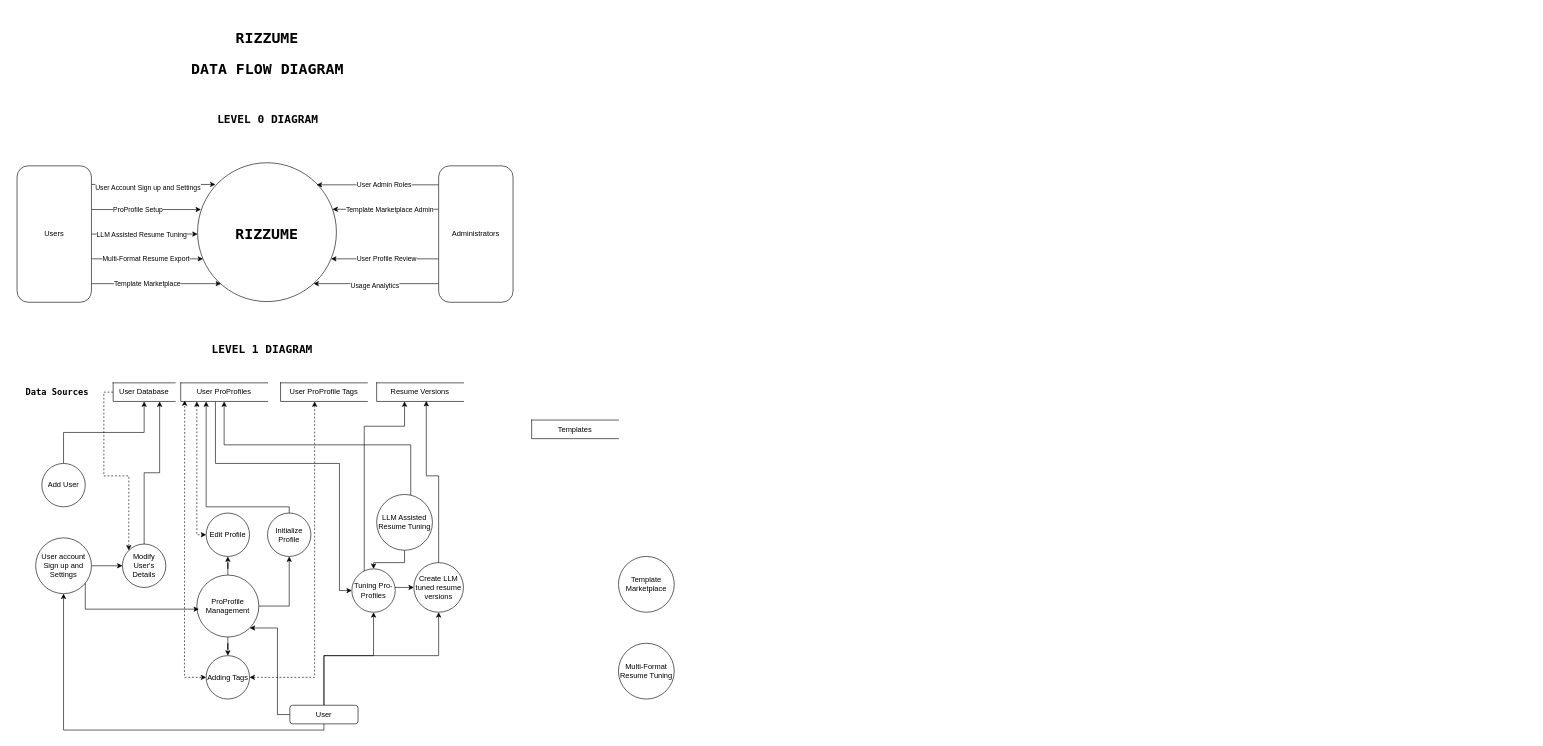
Above: Data_Flow_Diagram.drawio in wereign/rizzume_base (draw.io), before the change. Source tidied: cells renumbered, new cells numbered last; positions are measured from the earlier drawing's top-left corner, leaving out a move shared by most shapes. Both pictures are drawn from the tidied source at 62%, with x=0, y=0 at pixel (11, 29).
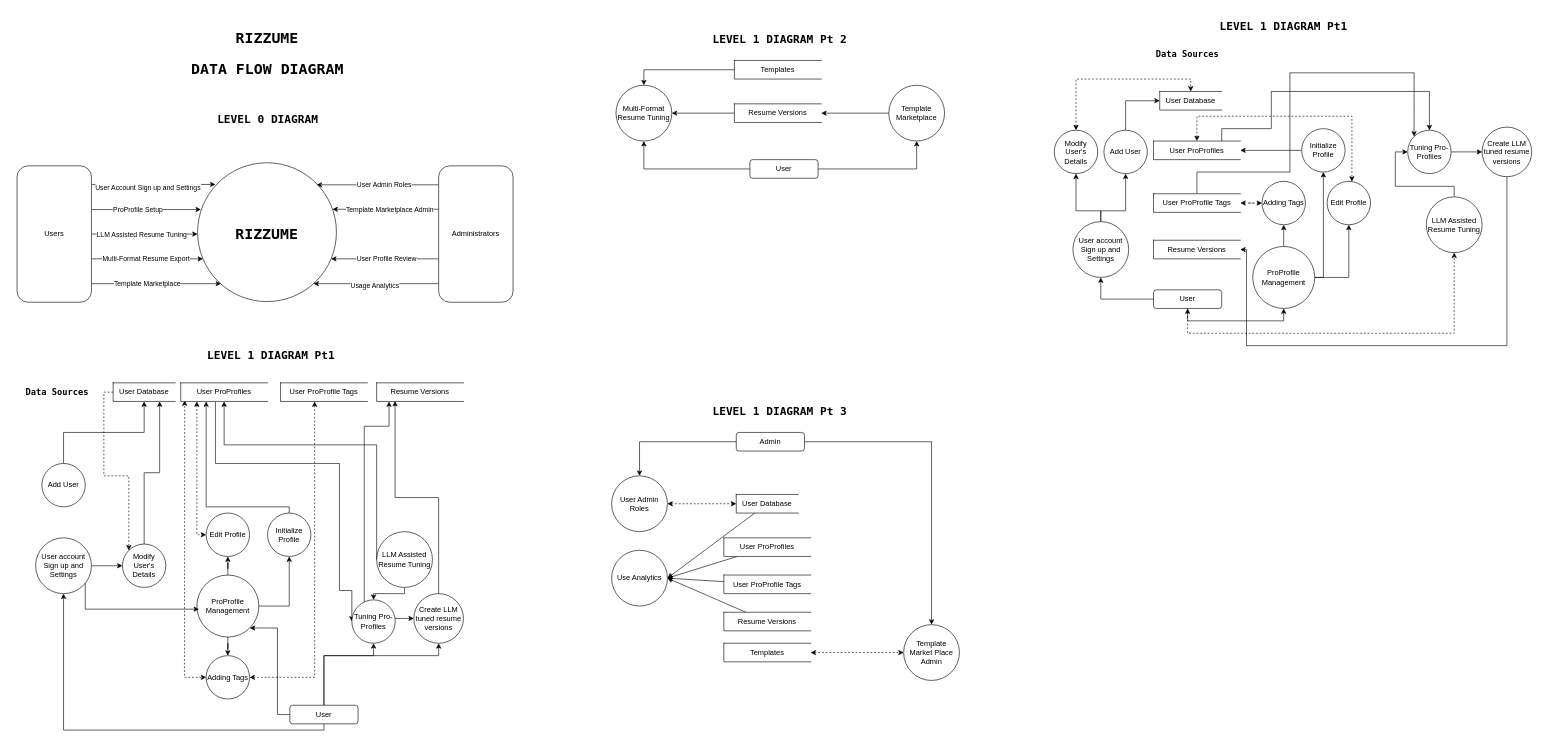
Above is the later version.

The change refers to these unchanged cells:
```xml
<mxCell id="34" value="User ProProfiles" style="html=1;dashed=0;whiteSpace=wrap;shape=partialRectangle;right=0;" parent="1" vertex="1">
  <mxGeometry x="274" y="570" width="140" height="30" as="geometry" />
</mxCell>
<mxCell id="35" value="Resume Versions" style="html=1;dashed=0;whiteSpace=wrap;shape=partialRectangle;right=0;" parent="1" vertex="1">
  <mxGeometry x="590" y="570" width="140" height="30" as="geometry" />
</mxCell>
```

Diff of the diagram source:
```diff
@@
-    <mxCell id="28" value="&lt;h2&gt;LEVEL 1 DIAGRAM&lt;/h2&gt;" style="text;html=1;align=center;verticalAlign=middle;whiteSpace=wrap;rounded=0;fontFamily=Lucida Console;" parent="1" vertex="1">
-      <mxGeometry x="300" y="500" width="211" height="30" as="geometry" />
+    <mxCell id="28" value="&lt;h2&gt;LEVEL 1 DIAGRAM Pt1&lt;/h2&gt;" style="text;html=1;align=center;verticalAlign=middle;whiteSpace=wrap;rounded=0;fontFamily=Lucida Console;" parent="1" vertex="1">
+      <mxGeometry x="300" y="510" width="240" height="30" as="geometry" />
     </mxCell>
@@
+    <mxCell id="70" style="edgeStyle=orthogonalEdgeStyle;rounded=0;jettySize=auto;html=1;entryX=0.5;entryY=0;entryDx=0;entryDy=0;" parent="1" edge="1" source="36" target="46">
+      <mxGeometry relative="1" as="geometry" />
+    </mxCell>
     <mxCell id="36" value="Templates" style="html=1;dashed=0;whiteSpace=wrap;shape=partialRectangle;right=0;" parent="1" vertex="1">
-      <mxGeometry x="840" y="630" width="140" height="30" as="geometry" />
+      <mxGeometry x="1167" y="50" width="140" height="30" as="geometry" />
     </mxCell>
@@
     <mxCell id="44" style="edgeStyle=orthogonalEdgeStyle;rounded=0;jettySize=auto;html=1;" parent="1" edge="1" source="45" target="65">
       <mxGeometry relative="1" as="geometry">
         <Array as="points">
-          <mxPoint x="635" y="860" />
-          <mxPoint x="585" y="860" />
+          <mxPoint x="635" y="910" />
+          <mxPoint x="585" y="910" />
         </Array>
       </mxGeometry>
     </mxCell>
     <mxCell id="45" value="LLM Assisted Resume Tuning" style="ellipse;whiteSpace=wrap;html=1;" parent="1" vertex="1">
-      <mxGeometry x="590" y="750" width="90" height="90" as="geometry" />
+      <mxGeometry x="590" y="810" width="90" height="90" as="geometry" />
     </mxCell>
     <mxCell id="46" value="Multi-Format Resume Tuning" style="ellipse;whiteSpace=wrap;html=1;" parent="1" vertex="1">
-      <mxGeometry x="980" y="990" width="90" height="90" as="geometry" />
+      <mxGeometry x="976" y="90" width="90" height="90" as="geometry" />
     </mxCell>
     <mxCell id="47" value="Template Marketplace" style="ellipse;whiteSpace=wrap;html=1;" parent="1" vertex="1">
-      <mxGeometry x="980" y="850" width="90" height="90" as="geometry" />
+      <mxGeometry x="1416" y="90" width="90" height="90" as="geometry" />
     </mxCell>
@@
     <mxCell id="63" style="edgeStyle=orthogonalEdgeStyle;rounded=0;jettySize=auto;html=1;" parent="1" edge="1" source="65">
       <mxGeometry relative="1" as="geometry">
-        <mxPoint x="635" y="600" as="targetPoint" />
+        <mxPoint x="610" y="600" as="targetPoint" />
         <Array as="points">
           <mxPoint x="570" y="640" />
-          <mxPoint x="635" y="640" />
+          <mxPoint x="610" y="640" />
+          <mxPoint x="610" y="600" />
         </Array>
       </mxGeometry>
     </mxCell>
     <mxCell id="64" style="edgeStyle=orthogonalEdgeStyle;rounded=0;jettySize=auto;html=1;entryX=0;entryY=0.5;entryDx=0;entryDy=0;" parent="1" edge="1" source="65" target="67">
       <mxGeometry relative="1" as="geometry">
         <Array as="points">
-          <mxPoint x="630" y="900" />
-          <mxPoint x="630" y="900" />
+          <mxPoint x="630" y="950" />
+          <mxPoint x="630" y="950" />
         </Array>
       </mxGeometry>
     </mxCell>
     <mxCell id="65" value="Tuning Pro-Profiles" style="ellipse;whiteSpace=wrap;html=1;" parent="1" vertex="1">
-      <mxGeometry x="550" y="870" width="70" height="70" as="geometry" />
+      <mxGeometry x="550" y="920" width="70" height="70" as="geometry" />
     </mxCell>
-    <mxCell id="66" style="edgeStyle=orthogonalEdgeStyle;rounded=0;jettySize=auto;html=1;entryX=0.572;entryY=0.976;entryDx=0;entryDy=0;entryPerimeter=0;" parent="1" edge="1" source="67" target="35">
-      <mxGeometry relative="1" as="geometry">
-        <Array as="points">
-          <mxPoint x="690" y="720" />
-          <mxPoint x="670" y="720" />
-        </Array>
-      </mxGeometry>
-    </mxCell>
     <mxCell id="67" value="Create LLM tuned resume versions" style="ellipse;whiteSpace=wrap;html=1;" parent="1" vertex="1">
-      <mxGeometry x="650" y="860" width="80" height="80" as="geometry" />
+      <mxGeometry x="650" y="910" width="80" height="80" as="geometry" />
     </mxCell>
     <mxCell id="68" style="edgeStyle=orthogonalEdgeStyle;rounded=0;jettySize=auto;html=1;entryX=0.5;entryY=1;entryDx=0;entryDy=0;" parent="1" edge="1" source="45" target="34">
       <mxGeometry relative="1" as="geometry">
         <Array as="points">
-          <mxPoint x="645" y="670" />
+          <mxPoint x="590" y="670" />
           <mxPoint x="344" y="670" />
         </Array>
       </mxGeometry>
     </mxCell>
@@
+    <mxCell id="66" style="edgeStyle=orthogonalEdgeStyle;rounded=0;jettySize=auto;html=1;entryX=0.212;entryY=0.976;entryDx=0;entryDy=0;entryPerimeter=0;" parent="1" edge="1" source="67" target="35">
+      <mxGeometry relative="1" as="geometry" />
+    </mxCell>
+    <mxCell id="71" style="edgeStyle=orthogonalEdgeStyle;rounded=0;jettySize=auto;html=1;exitX=0;exitY=0.5;exitDx=0;exitDy=0;" parent="1" edge="1" source="72" target="46">
+      <mxGeometry relative="1" as="geometry" />
+    </mxCell>
+    <mxCell id="72" value="Resume Versions" style="html=1;dashed=0;whiteSpace=wrap;shape=partialRectangle;right=0;" parent="1" vertex="1">
+      <mxGeometry x="1167" y="120" width="140" height="30" as="geometry" />
+    </mxCell>
+    <mxCell id="73" style="edgeStyle=orthogonalEdgeStyle;rounded=0;jettySize=auto;html=1;entryX=0.5;entryY=1;entryDx=0;entryDy=0;" parent="1" edge="1" source="75" target="47">
+      <mxGeometry relative="1" as="geometry" />
+    </mxCell>
+    <mxCell id="74" style="edgeStyle=orthogonalEdgeStyle;rounded=0;jettySize=auto;html=1;" parent="1" edge="1" source="75" target="46">
+      <mxGeometry relative="1" as="geometry" />
+    </mxCell>
+    <mxCell id="75" value="User" style="rounded=1;whiteSpace=wrap;html=1;" parent="1" vertex="1">
+      <mxGeometry x="1192" y="210" width="110" height="30" as="geometry" />
+    </mxCell>
+    <mxCell id="76" style="edgeStyle=orthogonalEdgeStyle;rounded=0;jettySize=auto;html=1;entryX=1;entryY=0.5;entryDx=0;entryDy=0;" parent="1" edge="1" source="47" target="72">
+      <mxGeometry relative="1" as="geometry" />
+    </mxCell>
+    <mxCell id="77" style="edgeStyle=orthogonalEdgeStyle;rounded=0;jettySize=auto;html=1;entryX=0.5;entryY=0;entryDx=0;entryDy=0;" parent="1" edge="1" source="79" target="89">
+      <mxGeometry relative="1" as="geometry" />
+    </mxCell>
+    <mxCell id="78" style="edgeStyle=orthogonalEdgeStyle;rounded=0;jettySize=auto;html=1;entryX=0.5;entryY=0;entryDx=0;entryDy=0;" parent="1" edge="1" source="79" target="90">
+      <mxGeometry relative="1" as="geometry" />
+    </mxCell>
+    <mxCell id="79" value="Admin" style="rounded=1;whiteSpace=wrap;html=1;" parent="1" vertex="1">
+      <mxGeometry x="1170" y="650" width="110" height="30" as="geometry" />
+    </mxCell>
+    <mxCell id="80" style="rounded=0;jettySize=auto;html=1;entryX=1;entryY=0.5;entryDx=0;entryDy=0;" parent="1" edge="1" source="81" target="91">
+      <mxGeometry relative="1" as="geometry" />
+    </mxCell>
+    <mxCell id="81" value="User Database" style="html=1;dashed=0;whiteSpace=wrap;shape=partialRectangle;right=0;" parent="1" vertex="1">
+      <mxGeometry x="1170" y="750" width="100" height="30" as="geometry" />
+    </mxCell>
+    <mxCell id="82" style="rounded=0;jettySize=auto;html=1;entryX=1;entryY=0.5;entryDx=0;entryDy=0;" parent="1" edge="1" source="83" target="91">
+      <mxGeometry relative="1" as="geometry" />
+    </mxCell>
+    <mxCell id="83" value="User ProProfiles" style="html=1;dashed=0;whiteSpace=wrap;shape=partialRectangle;right=0;" parent="1" vertex="1">
+      <mxGeometry x="1150" y="820" width="140" height="30" as="geometry" />
+    </mxCell>
+    <mxCell id="84" style="rounded=0;jettySize=auto;html=1;entryX=1;entryY=0.5;entryDx=0;entryDy=0;" parent="1" edge="1" source="85" target="91">
+      <mxGeometry relative="1" as="geometry" />
+    </mxCell>
+    <mxCell id="85" value="Resume Versions" style="html=1;dashed=0;whiteSpace=wrap;shape=partialRectangle;right=0;" parent="1" vertex="1">
+      <mxGeometry x="1150" y="940" width="140" height="30" as="geometry" />
+    </mxCell>
+    <mxCell id="86" style="rounded=0;jettySize=auto;html=1;entryX=1;entryY=0.5;entryDx=0;entryDy=0;" parent="1" edge="1" source="87" target="91">
+      <mxGeometry relative="1" as="geometry" />
+    </mxCell>
+    <mxCell id="87" value="User ProProfile Tags" style="html=1;dashed=0;whiteSpace=wrap;shape=partialRectangle;right=0;" parent="1" vertex="1">
+      <mxGeometry x="1150" y="880" width="140" height="30" as="geometry" />
+    </mxCell>
+    <mxCell id="88" style="edgeStyle=orthogonalEdgeStyle;rounded=0;jettySize=auto;html=1;entryX=0;entryY=0.5;entryDx=0;entryDy=0;startArrow=classic;startFill=1;dashed=1;" parent="1" edge="1" source="89" target="81">
+      <mxGeometry relative="1" as="geometry" />
+    </mxCell>
+    <mxCell id="89" value="User Admin Roles" style="ellipse;whiteSpace=wrap;html=1;" parent="1" vertex="1">
+      <mxGeometry x="969" y="720" width="90" height="90" as="geometry" />
+    </mxCell>
+    <mxCell id="90" value="Template Market Place Admin" style="ellipse;whiteSpace=wrap;html=1;" parent="1" vertex="1">
+      <mxGeometry x="1440" y="960" width="90" height="90" as="geometry" />
+    </mxCell>
+    <mxCell id="91" value="Use Analytics" style="ellipse;whiteSpace=wrap;html=1;" parent="1" vertex="1">
+      <mxGeometry x="969" y="840" width="90" height="90" as="geometry" />
+    </mxCell>
+    <mxCell id="92" value="&lt;h2&gt;LEVEL 1 DIAGRAM Pt 2&lt;/h2&gt;" style="text;html=1;align=center;verticalAlign=middle;whiteSpace=wrap;rounded=0;fontFamily=Lucida Console;" parent="1" vertex="1">
+      <mxGeometry x="1108" width="265" height="30" as="geometry" />
+    </mxCell>
+    <mxCell id="93" value="&lt;h2&gt;LEVEL 1 DIAGRAM Pt 3&lt;/h2&gt;" style="text;html=1;align=center;verticalAlign=middle;whiteSpace=wrap;rounded=0;fontFamily=Lucida Console;" parent="1" vertex="1">
+      <mxGeometry x="1108" y="600" width="265" height="30" as="geometry" />
+    </mxCell>
+    <mxCell id="94" style="edgeStyle=orthogonalEdgeStyle;rounded=0;jettySize=auto;html=1;dashed=1;startArrow=classic;startFill=1;" parent="1" edge="1" source="95" target="90">
+      <mxGeometry relative="1" as="geometry" />
+    </mxCell>
+    <mxCell id="95" value="Templates" style="html=1;dashed=0;whiteSpace=wrap;shape=partialRectangle;right=0;" parent="1" vertex="1">
+      <mxGeometry x="1150" y="990" width="140" height="30" as="geometry" />
+    </mxCell>
+    <mxCell id="96" value="User Database" style="html=1;dashed=0;whiteSpace=wrap;shape=partialRectangle;right=0;" parent="1" vertex="1">
+      <mxGeometry x="1853" y="100" width="100" height="30" as="geometry" />
+    </mxCell>
+    <mxCell id="97" style="edgeStyle=orthogonalEdgeStyle;rounded=0;jettySize=auto;html=1;entryX=0;entryY=0.5;entryDx=0;entryDy=0;endArrow=none;endFill=0;startArrow=classic;startFill=1;" parent="1" edge="1" source="100" target="122">
+      <mxGeometry relative="1" as="geometry" />
+    </mxCell>
+    <mxCell id="98" style="edgeStyle=orthogonalEdgeStyle;rounded=0;jettySize=auto;html=1;dashed=1;startArrow=classic;startFill=1;" parent="1" edge="1" source="100" target="121">
+      <mxGeometry relative="1" as="geometry">
+        <Array as="points">
+          <mxPoint x="1913" y="140" />
+          <mxPoint x="2163" y="140" />
+        </Array>
+      </mxGeometry>
+    </mxCell>
+    <mxCell id="99" style="edgeStyle=orthogonalEdgeStyle;rounded=0;jettySize=auto;html=1;" parent="1" edge="1" source="100" target="127">
+      <mxGeometry relative="1" as="geometry">
+        <Array as="points">
+          <mxPoint x="1953" y="160" />
+          <mxPoint x="2033" y="160" />
+          <mxPoint x="2033" y="100" />
+          <mxPoint x="2288" y="100" />
+        </Array>
+      </mxGeometry>
+    </mxCell>
+    <mxCell id="100" value="User ProProfiles" style="html=1;dashed=0;whiteSpace=wrap;shape=partialRectangle;right=0;" parent="1" vertex="1">
+      <mxGeometry x="1843" y="180" width="140" height="30" as="geometry" />
+    </mxCell>
+    <mxCell id="101" value="Resume Versions" style="html=1;dashed=0;whiteSpace=wrap;shape=partialRectangle;right=0;" parent="1" vertex="1">
+      <mxGeometry x="1843" y="340" width="140" height="30" as="geometry" />
+    </mxCell>
+    <mxCell id="102" style="edgeStyle=orthogonalEdgeStyle;rounded=0;jettySize=auto;html=1;dashed=1;startArrow=classic;startFill=1;" parent="1" edge="1" source="104" target="123">
+      <mxGeometry relative="1" as="geometry" />
+    </mxCell>
+    <mxCell id="103" style="edgeStyle=orthogonalEdgeStyle;rounded=0;jettySize=auto;html=1;entryX=0;entryY=0;entryDx=0;entryDy=0;" parent="1" edge="1" source="104" target="127">
+      <mxGeometry relative="1" as="geometry">
+        <Array as="points">
+          <mxPoint x="1913" y="230" />
+          <mxPoint x="2063" y="230" />
+          <mxPoint x="2063" y="70" />
+          <mxPoint x="2263" y="70" />
+        </Array>
+      </mxGeometry>
+    </mxCell>
+    <mxCell id="104" value="User ProProfile Tags" style="html=1;dashed=0;whiteSpace=wrap;shape=partialRectangle;right=0;" parent="1" vertex="1">
+      <mxGeometry x="1843" y="265" width="140" height="30" as="geometry" />
+    </mxCell>
+    <mxCell id="105" value="&lt;h3&gt;&lt;font face=&quot;Lucida Console&quot;&gt;Data Sources&lt;/font&gt;&lt;/h3&gt;" style="text;html=1;align=center;verticalAlign=middle;whiteSpace=wrap;rounded=0;" parent="1" vertex="1">
+      <mxGeometry x="1823" y="10" width="150" height="60" as="geometry" />
+    </mxCell>
+    <mxCell id="106" style="edgeStyle=orthogonalEdgeStyle;rounded=0;jettySize=auto;html=1;" parent="1" edge="1" source="109" target="112">
+      <mxGeometry relative="1" as="geometry" />
+    </mxCell>
+    <mxCell id="107" style="edgeStyle=orthogonalEdgeStyle;rounded=0;jettySize=auto;html=1;entryX=0.5;entryY=1;entryDx=0;entryDy=0;" parent="1" edge="1" source="109" target="120">
+      <mxGeometry relative="1" as="geometry">
+        <Array as="points">
+          <mxPoint x="1898" y="470" />
+          <mxPoint x="2053" y="470" />
+        </Array>
+      </mxGeometry>
+    </mxCell>
+    <mxCell id="108" style="edgeStyle=orthogonalEdgeStyle;rounded=0;jettySize=auto;html=1;entryX=0.5;entryY=1;entryDx=0;entryDy=0;dashed=1;startArrow=classic;startFill=1;" parent="1" edge="1" source="109" target="125">
+      <mxGeometry relative="1" as="geometry">
+        <Array as="points">
+          <mxPoint x="1898" y="490" />
+          <mxPoint x="2328" y="490" />
+        </Array>
+      </mxGeometry>
+    </mxCell>
+    <mxCell id="109" value="User" style="rounded=1;whiteSpace=wrap;html=1;" parent="1" vertex="1">
+      <mxGeometry x="1843" y="420" width="110" height="30" as="geometry" />
+    </mxCell>
+    <mxCell id="110" style="edgeStyle=orthogonalEdgeStyle;rounded=0;jettySize=auto;html=1;" parent="1" edge="1" source="112" target="114">
+      <mxGeometry relative="1" as="geometry">
+        <Array as="points">
+          <mxPoint x="1758" y="292.5" />
+          <mxPoint x="1798" y="292.5" />
+        </Array>
+      </mxGeometry>
+    </mxCell>
+    <mxCell id="111" style="edgeStyle=orthogonalEdgeStyle;rounded=0;jettySize=auto;html=1;exitX=0.5;exitY=0;exitDx=0;exitDy=0;" parent="1" edge="1" source="112" target="116">
+      <mxGeometry relative="1" as="geometry">
+        <Array as="points">
+          <mxPoint x="1758" y="292.5" />
+          <mxPoint x="1718" y="292.5" />
+        </Array>
+      </mxGeometry>
+    </mxCell>
+    <mxCell id="112" value="User account Sign up and Settings" style="ellipse;whiteSpace=wrap;html=1;" parent="1" vertex="1">
+      <mxGeometry x="1713" y="310" width="90" height="90" as="geometry" />
+    </mxCell>
+    <mxCell id="113" style="edgeStyle=orthogonalEdgeStyle;rounded=0;jettySize=auto;html=1;entryX=0;entryY=0.5;entryDx=0;entryDy=0;" parent="1" edge="1" source="114" target="96">
+      <mxGeometry relative="1" as="geometry">
+        <Array as="points">
+          <mxPoint x="1798" y="115" />
+        </Array>
+      </mxGeometry>
+    </mxCell>
+    <mxCell id="114" value="Add User" style="ellipse;whiteSpace=wrap;html=1;" parent="1" vertex="1">
+      <mxGeometry x="1763" y="162.5" width="70" height="70" as="geometry" />
+    </mxCell>
+    <mxCell id="115" style="edgeStyle=orthogonalEdgeStyle;rounded=0;jettySize=auto;html=1;entryX=0.5;entryY=0;entryDx=0;entryDy=0;startArrow=classic;startFill=1;dashed=1;" parent="1" edge="1" source="116" target="96">
+      <mxGeometry relative="1" as="geometry">
+        <Array as="points">
+          <mxPoint x="1718" y="80" />
+          <mxPoint x="1903" y="80" />
+        </Array>
+      </mxGeometry>
+    </mxCell>
+    <mxCell id="116" value="Modify User's Details" style="ellipse;whiteSpace=wrap;html=1;" parent="1" vertex="1">
+      <mxGeometry x="1683" y="162.5" width="70" height="70" as="geometry" />
+    </mxCell>
+    <mxCell id="117" style="edgeStyle=orthogonalEdgeStyle;rounded=0;jettySize=auto;html=1;entryX=0.5;entryY=1;entryDx=0;entryDy=0;" parent="1" edge="1" source="120" target="122">
+      <mxGeometry relative="1" as="geometry">
+        <Array as="points">
+          <mxPoint x="2117" y="400" />
+        </Array>
+      </mxGeometry>
+    </mxCell>
+    <mxCell id="118" style="edgeStyle=orthogonalEdgeStyle;rounded=0;jettySize=auto;html=1;entryX=0.5;entryY=1;entryDx=0;entryDy=0;" parent="1" edge="1" source="120" target="121">
+      <mxGeometry relative="1" as="geometry" />
+    </mxCell>
+    <mxCell id="119" style="edgeStyle=orthogonalEdgeStyle;rounded=0;jettySize=auto;html=1;entryX=0.5;entryY=1;entryDx=0;entryDy=0;" parent="1" edge="1" source="120" target="123">
+      <mxGeometry relative="1" as="geometry">
+        <Array as="points">
+          <mxPoint x="2053" y="340" />
+          <mxPoint x="2053" y="340" />
+        </Array>
+      </mxGeometry>
+    </mxCell>
+    <mxCell id="120" value="ProProfile Management" style="ellipse;whiteSpace=wrap;html=1;" parent="1" vertex="1">
+      <mxGeometry x="2003" y="350" width="100" height="100" as="geometry" />
+    </mxCell>
+    <mxCell id="121" value="Edit Profile" style="ellipse;whiteSpace=wrap;html=1;" parent="1" vertex="1">
+      <mxGeometry x="2123" y="245" width="70" height="70" as="geometry" />
+    </mxCell>
+    <mxCell id="122" value="Initialize Profile" style="ellipse;whiteSpace=wrap;html=1;" parent="1" vertex="1">
+      <mxGeometry x="2082" y="160" width="70" height="70" as="geometry" />
+    </mxCell>
+    <mxCell id="123" value="Adding Tags" style="ellipse;whiteSpace=wrap;html=1;" parent="1" vertex="1">
+      <mxGeometry x="2018" y="245" width="70" height="70" as="geometry" />
+    </mxCell>
+    <mxCell id="124" style="edgeStyle=orthogonalEdgeStyle;rounded=0;jettySize=auto;html=1;entryX=0;entryY=0.5;entryDx=0;entryDy=0;" parent="1" edge="1" source="125" target="127">
+      <mxGeometry relative="1" as="geometry">
+        <Array as="points">
+          <mxPoint x="2328" y="253" />
+          <mxPoint x="2233" y="253" />
+          <mxPoint x="2233" y="197" />
+        </Array>
+      </mxGeometry>
+    </mxCell>
+    <mxCell id="125" value="LLM Assisted Resume Tuning" style="ellipse;whiteSpace=wrap;html=1;" parent="1" vertex="1">
+      <mxGeometry x="2283" y="270" width="90" height="90" as="geometry" />
+    </mxCell>
+    <mxCell id="126" style="edgeStyle=orthogonalEdgeStyle;rounded=0;jettySize=auto;html=1;entryX=0;entryY=0.5;entryDx=0;entryDy=0;" parent="1" edge="1" source="127" target="129">
+      <mxGeometry relative="1" as="geometry" />
+    </mxCell>
+    <mxCell id="127" value="Tuning Pro-Profiles" style="ellipse;whiteSpace=wrap;html=1;" parent="1" vertex="1">
+      <mxGeometry x="2253" y="162.5" width="70" height="70" as="geometry" />
+    </mxCell>
+    <mxCell id="128" style="edgeStyle=orthogonalEdgeStyle;rounded=0;jettySize=auto;html=1;entryX=1;entryY=0.5;entryDx=0;entryDy=0;" parent="1" edge="1" source="129" target="101">
+      <mxGeometry relative="1" as="geometry">
+        <Array as="points">
+          <mxPoint x="2413" y="510" />
+          <mxPoint x="1993" y="510" />
+          <mxPoint x="1993" y="355" />
+        </Array>
+      </mxGeometry>
+    </mxCell>
+    <mxCell id="129" value="Create LLM tuned resume versions" style="ellipse;whiteSpace=wrap;html=1;" parent="1" vertex="1">
+      <mxGeometry x="2373" y="157.5" width="80" height="80" as="geometry" />
+    </mxCell>
+    <mxCell id="130" value="&lt;h2&gt;LEVEL 1 DIAGRAM Pt1&lt;/h2&gt;" style="text;html=1;align=center;verticalAlign=middle;whiteSpace=wrap;rounded=0;fontFamily=Lucida Console;" parent="1" vertex="1">
+      <mxGeometry x="1933" y="-20" width="240" height="30" as="geometry" />
+    </mxCell>
```
